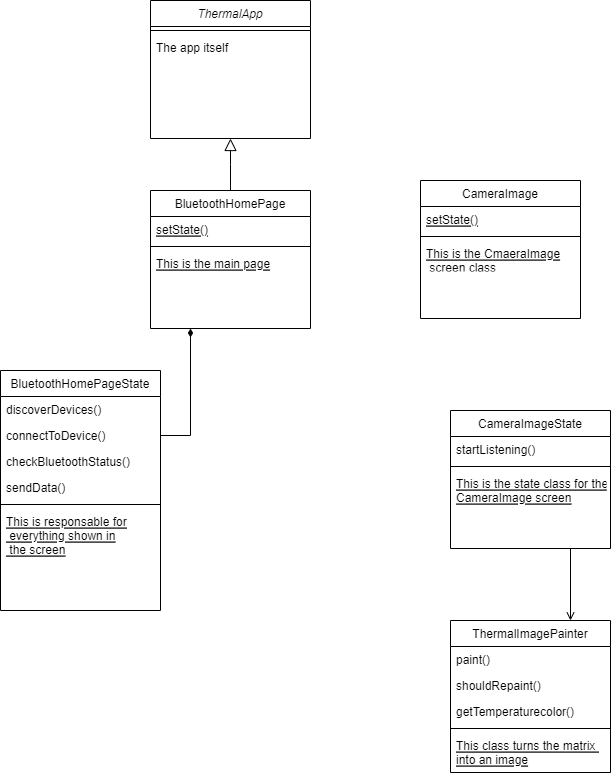
This is uml_diagram.drawio.png from JBLogistic/Licence_Exam, a draw.io export, as it was before one commit. Source tidied: cells renumbered, new cells last; positions are measured from the earlier drawing's top-left corner, leaving out a move shared by most shapes.
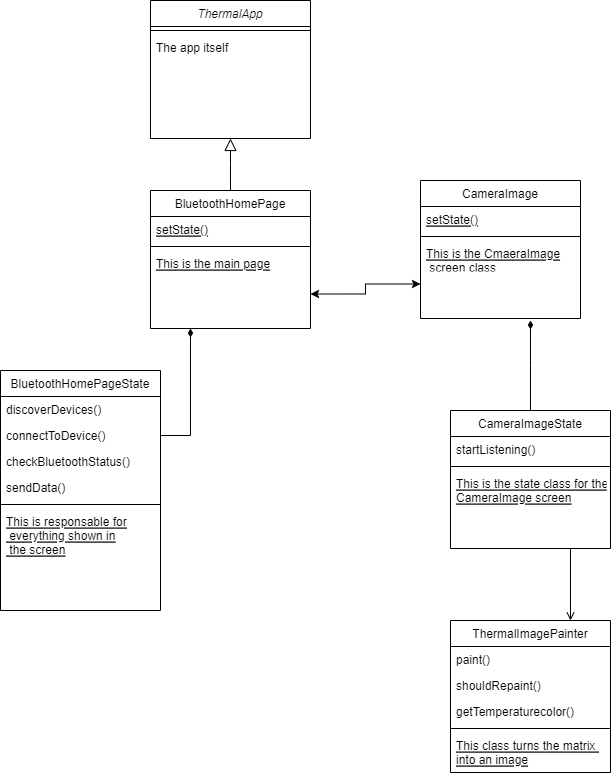
After the commit.

What changed in the source:
```diff
@@ -11,6 +11,9 @@
     <mxCell id="4" value="The app itself" style="text;align=left;verticalAlign=top;spacingLeft=4;spacingRight=4;overflow=hidden;" parent="2" vertex="1">
       <mxGeometry y="34" width="160" height="26" as="geometry" />
     </mxCell>
+    <mxCell id="33" style="edgeStyle=orthogonalEdgeStyle;rounded=0;jettySize=auto;html=1;exitX=1;exitY=0.75;exitDx=0;exitDy=0;entryX=0;entryY=0.75;entryDx=0;entryDy=0;startArrow=classic;startFill=1;" parent="1" edge="1" source="5" target="29">
+      <mxGeometry relative="1" as="geometry" />
+    </mxCell>
     <mxCell id="5" value="BluetoothHomePage" style="swimlane;fontStyle=0;align=center;verticalAlign=top;horizontal=1;startSize=26;rounded=0;shadow=0;strokeWidth=1;" parent="1" vertex="1">
       <mxGeometry x="150" y="190" width="160" height="138" as="geometry" />
     </mxCell>
@@ -53,6 +56,11 @@
     <mxCell id="18" style="edgeStyle=orthogonalEdgeStyle;rounded=0;jettySize=auto;html=1;exitX=0.75;exitY=1;exitDx=0;exitDy=0;entryX=0.75;entryY=0;entryDx=0;entryDy=0;endArrow=open;endFill=0;" parent="1" edge="1" source="19" target="23">
       <mxGeometry relative="1" as="geometry" />
     </mxCell>
+    <mxCell id="34" style="edgeStyle=orthogonalEdgeStyle;rounded=0;jettySize=auto;html=1;exitX=0.5;exitY=0;exitDx=0;exitDy=0;endArrow=diamondThin;endFill=1;" parent="1" edge="1" source="19">
+      <mxGeometry relative="1" as="geometry">
+        <mxPoint x="530" y="320" as="targetPoint" />
+      </mxGeometry>
+    </mxCell>
     <mxCell id="19" value="CameraImageState" style="swimlane;fontStyle=0;align=center;verticalAlign=top;horizontal=1;startSize=26;rounded=0;shadow=0;strokeWidth=1;" parent="1" vertex="1">
       <mxGeometry x="450" y="410" width="160" height="138" as="geometry" />
     </mxCell>
```
